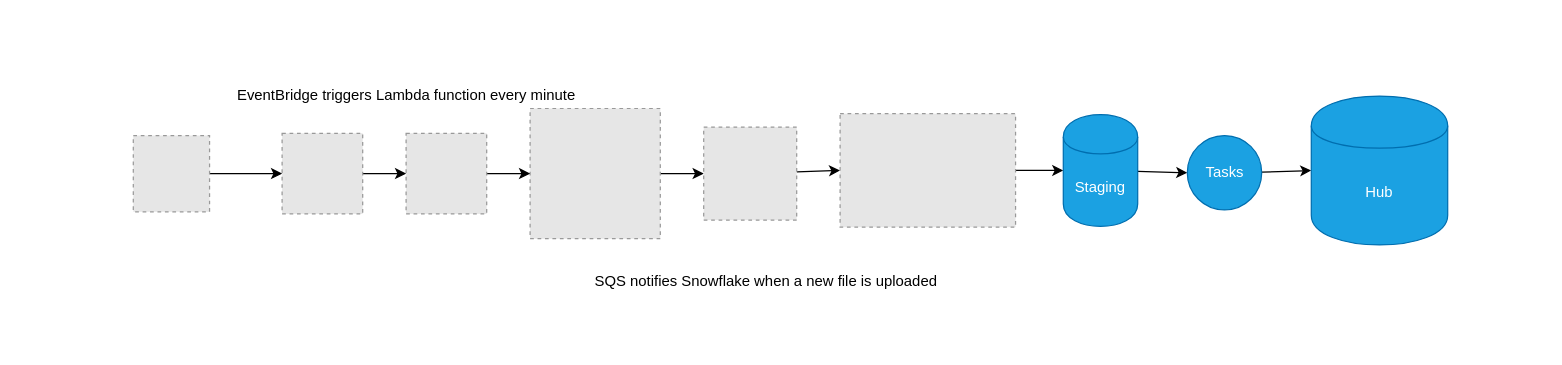
Above: Transportation Hub DFD.drawio in ResourceDataInc/TransportationHub (draw.io), before the change. Source tidied: cells renumbered, new cells numbered last; positions are measured from the earlier drawing's top-left corner, leaving out a move shared by most shapes. Both pictures are drawn from the tidied source at 124%, with x=0, y=0 at pixel (133, 77). Pictures stored in the file or linked from it are replaced by grey dashed boxes.
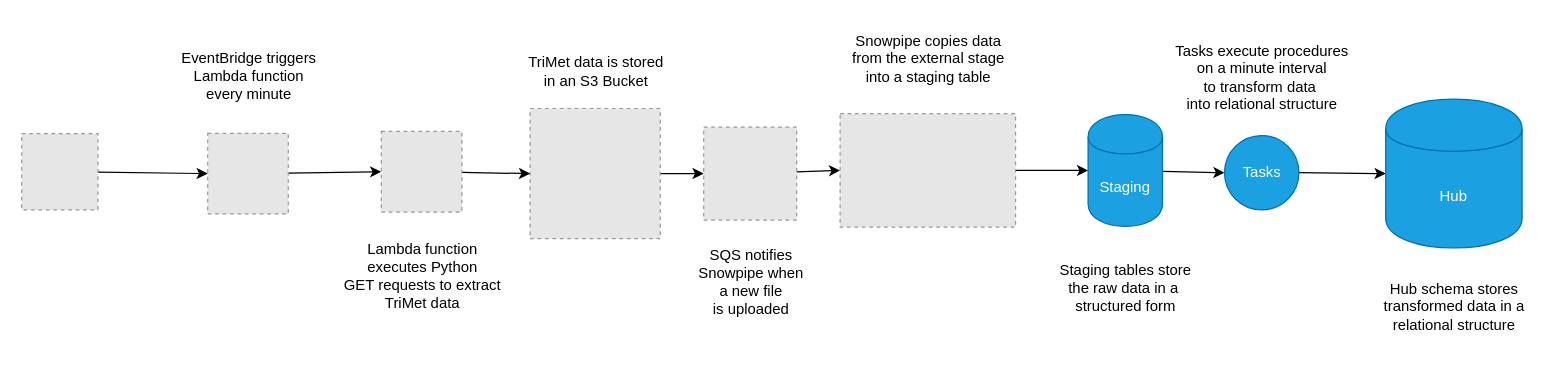
The same diagram, later.

Commit message:
Supporting text for DFD

Change to the diagram source:
```diff
@@
-    <mxCell id="5" value="SQS notifies Snowflake when a new file is uploaded" style="text;html=1;align=center;verticalAlign=middle;strokeColor=none;fillColor=none;" parent="1" vertex="1">
-      <mxGeometry x="360" y="150" width="300" height="30" as="geometry" />
+    <mxCell id="5" value="SQS notifies&lt;br&gt;Snowpipe when&lt;br&gt;a new file&lt;br&gt;is uploaded" style="text;html=1;align=center;verticalAlign=middle;strokeColor=none;fillColor=none;" parent="1" vertex="1">
+      <mxGeometry x="442.5" y="130" width="110" height="70" as="geometry" />
     </mxCell>
@@
     <mxCell id="7" style="fillColor=#E6E6E6;strokeColor=#999999;dashed=1;verticalLabelPosition=bottom;labelBackgroundColor=default;verticalAlign=top;" parent="1" vertex="1">
-      <mxGeometry x="220" y="45" width="65" height="65" as="geometry" />
+      <mxGeometry x="200" y="43.5" width="65" height="65" as="geometry" />
     </mxCell>
@@
     <mxCell id="9" style="fillColor=#E6E6E6;strokeColor=#999999;dashed=1;verticalLabelPosition=bottom;labelBackgroundColor=default;verticalAlign=top;" parent="1" vertex="1">
-      <mxGeometry x="120" y="45" width="65" height="65" as="geometry" />
+      <mxGeometry x="60" y="45" width="65" height="65" as="geometry" />
     </mxCell>
-    <mxCell id="10" value="EventBridge triggers Lambda function every minute" style="text;html=1;align=center;verticalAlign=middle;strokeColor=none;fillColor=none;" parent="1" vertex="1">
-      <mxGeometry x="70" width="300" height="30" as="geometry" />
+    <mxCell id="10" value="EventBridge triggers &lt;br&gt;Lambda function &lt;br&gt;every minute" style="text;html=1;align=center;verticalAlign=middle;strokeColor=none;fillColor=none;" parent="1" vertex="1">
+      <mxGeometry x="27.5" y="-30.8" width="130" height="60" as="geometry" />
     </mxCell>
@@
     <mxCell id="12" style="fillColor=#E6E6E6;strokeColor=#999999;dashed=1;verticalLabelPosition=bottom;labelBackgroundColor=default;verticalAlign=top;" parent="1" vertex="1">
-      <mxGeometry y="46.8" width="61.5" height="61.5" as="geometry" />
+      <mxGeometry x="-90" y="45.2" width="61.5" height="61.5" as="geometry" />
     </mxCell>
@@
     <mxCell id="18" value="Staging" style="shape=cylinder;whiteSpace=wrap;html=1;boundedLbl=1;backgroundOutline=1;fillColor=#1ba1e2;fontColor=#ffffff;strokeColor=#006EAF;" parent="1" vertex="1">
-      <mxGeometry x="750" y="30" width="60" height="90" as="geometry" />
+      <mxGeometry x="770" y="30" width="60" height="90" as="geometry" />
     </mxCell>
@@
     <mxCell id="20" value="Tasks" style="shape=ellipse;html=1;dashed=0;whitespace=wrap;perimeter=ellipsePerimeter;fillColor=#1ba1e2;fontColor=#ffffff;strokeColor=#006EAF;" parent="1" vertex="1">
-      <mxGeometry x="850" y="46.8" width="60" height="60" as="geometry" />
+      <mxGeometry x="880" y="46.8" width="60" height="60" as="geometry" />
     </mxCell>
     <mxCell id="21" value="Hub" style="shape=cylinder;whiteSpace=wrap;html=1;boundedLbl=1;backgroundOutline=1;fillColor=#1ba1e2;fontColor=#ffffff;strokeColor=#006EAF;" parent="1" vertex="1">
-      <mxGeometry x="950" y="15" width="110" height="120" as="geometry" />
+      <mxGeometry x="1010" y="17.5" width="110" height="120" as="geometry" />
     </mxCell>
+    <mxCell id="22" value="Lambda function &lt;br&gt;executes Python&lt;br&gt;GET requests to extract&lt;br&gt;TriMet data" style="text;html=1;align=center;verticalAlign=middle;strokeColor=none;fillColor=none;" parent="1" vertex="1">
+      <mxGeometry x="157.5" y="125" width="150" height="70" as="geometry" />
+    </mxCell>
+    <mxCell id="23" value="TriMet data is stored&lt;br&gt;in an S3 Bucket" style="text;html=1;align=center;verticalAlign=middle;strokeColor=none;fillColor=none;" parent="1" vertex="1">
+      <mxGeometry x="307.5" y="-25" width="130" height="40" as="geometry" />
+    </mxCell>
+    <mxCell id="24" value="Snowpipe copies data&lt;br&gt;from the external stage&lt;br&gt;into a staging table" style="text;html=1;align=center;verticalAlign=middle;strokeColor=none;fillColor=none;" parent="1" vertex="1">
+      <mxGeometry x="565.8" y="-45" width="150" height="60" as="geometry" />
+    </mxCell>
+    <mxCell id="25" value="Staging tables store&lt;br&gt;the raw data in a&amp;nbsp;&lt;br&gt;structured form" style="text;html=1;align=center;verticalAlign=middle;strokeColor=none;fillColor=none;" parent="1" vertex="1">
+      <mxGeometry x="735" y="140" width="130" height="60" as="geometry" />
+    </mxCell>
+    <mxCell id="26" value="Tasks execute procedures&lt;br&gt;on a minute interval&lt;br&gt;to transform data&amp;nbsp;&lt;br&gt;into relational structure" style="text;html=1;align=center;verticalAlign=middle;strokeColor=none;fillColor=none;" parent="1" vertex="1">
+      <mxGeometry x="830" y="-35" width="160" height="70" as="geometry" />
+    </mxCell>
+    <mxCell id="27" value="Hub schema stores&lt;br&gt;transformed data in a&lt;br&gt;relational structure" style="text;html=1;align=center;verticalAlign=middle;strokeColor=none;fillColor=none;" parent="1" vertex="1">
+      <mxGeometry x="995" y="155" width="140" height="60" as="geometry" />
+    </mxCell>
```
